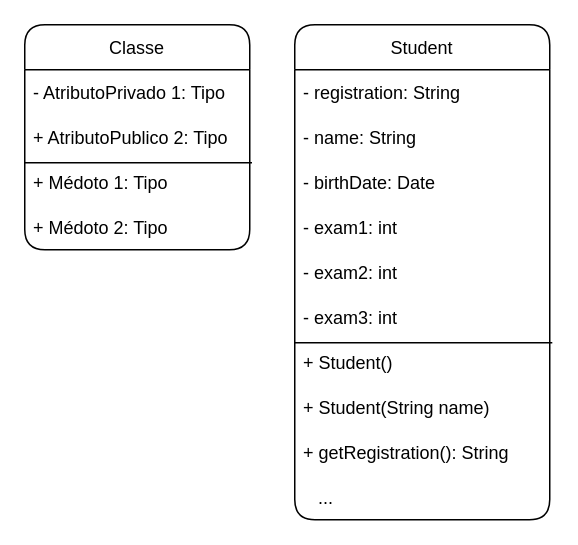
Earlier version of the draw.io diagram firstProject/src/exercises/Aluno.drawio (marcosrgrave/full-stack-ufsc). Source tidied: cells renumbered, new cells numbered last; positions are measured from the earlier drawing's top-left corner, leaving out a move shared by most shapes. Both pictures are drawn from the tidied source at 150%, with x=0, y=0 at pixel (24, 24).
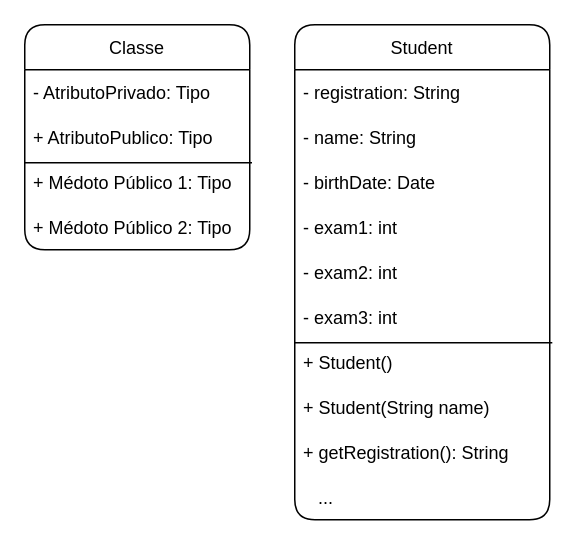
The same page after the edit.

The edit, as a diff of the source:
```diff
@@
 <mxGraphModel>
   <root>
     <mxCell id="0" />
     <mxCell id="1" parent="0" />
     <mxCell id="2" value="Classe" style="swimlane;fontStyle=0;horizontal=1;startSize=30;strokeColor=default;fillColor=default;gradientColor=none;swimlaneFillColor=none;swimlaneLine=1;glass=0;rounded=1;shadow=0;sketch=0;labelBorderColor=none;labelBackgroundColor=none;fixDash=0;" parent="1" vertex="1">
       <mxGeometry width="150" height="150" as="geometry" />
     </mxCell>
-    <mxCell id="3" value="- AtributoPrivado 1: Tipo" style="text;strokeColor=none;fillColor=none;align=left;verticalAlign=middle;spacingLeft=4;spacingRight=4;overflow=hidden;" parent="2" vertex="1">
+    <mxCell id="3" value="- AtributoPrivado: Tipo" style="text;strokeColor=none;fillColor=none;align=left;verticalAlign=middle;spacingLeft=4;spacingRight=4;overflow=hidden;" parent="2" vertex="1">
       <mxGeometry y="30" width="150" height="30" as="geometry" />
     </mxCell>
-    <mxCell id="4" value="+ AtributoPublico 2: Tipo" style="text;strokeColor=none;fillColor=none;align=left;verticalAlign=middle;spacingLeft=4;spacingRight=4;overflow=hidden;" parent="2" vertex="1">
+    <mxCell id="4" value="+ AtributoPublico: Tipo" style="text;strokeColor=none;fillColor=none;align=left;verticalAlign=middle;spacingLeft=4;spacingRight=4;overflow=hidden;" parent="2" vertex="1">
       <mxGeometry y="60" width="150" height="30" as="geometry" />
     </mxCell>
-    <mxCell id="5" value="+ Médoto 1: Tipo" style="text;strokeColor=none;fillColor=none;align=left;verticalAlign=middle;spacingLeft=4;spacingRight=4;overflow=hidden;points=[[0,0.5],[1,0.5]];portConstraint=eastwest;" parent="2" vertex="1">
+    <mxCell id="5" value="+ Médoto Público 1: Tipo" style="text;strokeColor=none;fillColor=none;align=left;verticalAlign=middle;spacingLeft=4;spacingRight=4;overflow=hidden;points=[[0,0.5],[1,0.5]];portConstraint=eastwest;" parent="2" vertex="1">
       <mxGeometry y="90" width="150" height="30" as="geometry" />
     </mxCell>
-    <mxCell id="6" value="+ Médoto 2: Tipo" style="text;strokeColor=none;fillColor=none;align=left;verticalAlign=middle;spacingLeft=4;spacingRight=4;overflow=hidden;" parent="2" vertex="1">
+    <mxCell id="6" value="+ Médoto Público 2: Tipo" style="text;strokeColor=none;fillColor=none;align=left;verticalAlign=middle;spacingLeft=4;spacingRight=4;overflow=hidden;" parent="2" vertex="1">
       <mxGeometry y="120" width="150" height="30" as="geometry" />
     </mxCell>
     <mxCell id="7" style="endArrow=none;html=1;exitX=0;exitY=0.067;exitDx=0;exitDy=0;entryX=1.01;entryY=0.067;entryDx=0;entryDy=0;entryPerimeter=0;exitPerimeter=0;" parent="2" edge="1" source="5" target="5">
       <mxGeometry relative="1" as="geometry" />
     </mxCell>
     <mxCell id="8" value="Student" style="swimlane;fontStyle=0;horizontal=1;startSize=30;strokeColor=default;fillColor=default;gradientColor=none;swimlaneFillColor=none;swimlaneLine=1;glass=0;rounded=1;shadow=0;sketch=0;labelBorderColor=none;labelBackgroundColor=none;fixDash=0;" parent="1" vertex="1">
       <mxGeometry x="180" width="170" height="330" as="geometry" />
     </mxCell>
     <mxCell id="9" value="- registration: String" style="text;strokeColor=none;fillColor=none;align=left;verticalAlign=middle;spacingLeft=4;spacingRight=4;overflow=hidden;" parent="8" vertex="1">
       <mxGeometry y="30" width="170" height="30" as="geometry" />
     </mxCell>
     <mxCell id="10" value="- name: String" style="text;strokeColor=none;fillColor=none;align=left;verticalAlign=middle;spacingLeft=4;spacingRight=4;overflow=hidden;" parent="8" vertex="1">
       <mxGeometry y="60" width="170" height="30" as="geometry" />
     </mxCell>
     <mxCell id="11" value="- birthDate: Date" style="text;strokeColor=none;fillColor=none;align=left;verticalAlign=middle;spacingLeft=4;spacingRight=4;overflow=hidden;" parent="8" vertex="1">
       <mxGeometry y="90" width="170" height="30" as="geometry" />
     </mxCell>
     <mxCell id="12" value="- exam1: int" style="text;strokeColor=none;fillColor=none;align=left;verticalAlign=middle;spacingLeft=4;spacingRight=4;overflow=hidden;" parent="8" vertex="1">
       <mxGeometry y="120" width="170" height="30" as="geometry" />
     </mxCell>
     <mxCell id="13" value="- exam2: int" style="text;strokeColor=none;fillColor=none;align=left;verticalAlign=middle;spacingLeft=4;spacingRight=4;overflow=hidden;" parent="8" vertex="1">
       <mxGeometry y="150" width="170" height="30" as="geometry" />
     </mxCell>
     <mxCell id="14" value="- exam3: int" style="text;strokeColor=none;fillColor=none;align=left;verticalAlign=middle;spacingLeft=4;spacingRight=4;overflow=hidden;" parent="8" vertex="1">
       <mxGeometry y="180" width="170" height="30" as="geometry" />
     </mxCell>
     <mxCell id="15" value="+ Student()" style="text;strokeColor=none;fillColor=none;align=left;verticalAlign=middle;spacingLeft=4;spacingRight=4;overflow=hidden;points=[[0,0.5],[1,0.5]];portConstraint=eastwest;" parent="8" vertex="1">
       <mxGeometry y="210" width="170" height="30" as="geometry" />
     </mxCell>
     <mxCell id="16" value="+ Student(String name)" style="text;strokeColor=none;fillColor=none;align=left;verticalAlign=middle;spacingLeft=4;spacingRight=4;overflow=hidden;" parent="8" vertex="1">
       <mxGeometry y="240" width="170" height="30" as="geometry" />
     </mxCell>
     <mxCell id="17" value="+ getRegistration(): String" style="text;strokeColor=none;fillColor=none;align=left;verticalAlign=middle;spacingLeft=4;spacingRight=4;overflow=hidden;" parent="8" vertex="1">
       <mxGeometry y="270" width="170" height="30" as="geometry" />
     </mxCell>
     <mxCell id="18" value="   ..." style="text;strokeColor=none;fillColor=none;align=left;verticalAlign=middle;spacingLeft=4;spacingRight=4;overflow=hidden;" parent="8" vertex="1">
       <mxGeometry y="300" width="170" height="30" as="geometry" />
     </mxCell>
     <mxCell id="19" style="endArrow=none;html=1;exitX=0;exitY=0.067;exitDx=0;exitDy=0;entryX=1.01;entryY=0.067;entryDx=0;entryDy=0;entryPerimeter=0;exitPerimeter=0;" parent="8" edge="1" source="15" target="15">
       <mxGeometry relative="1" as="geometry" />
     </mxCell>
   </root>
 </mxGraphModel>
```
